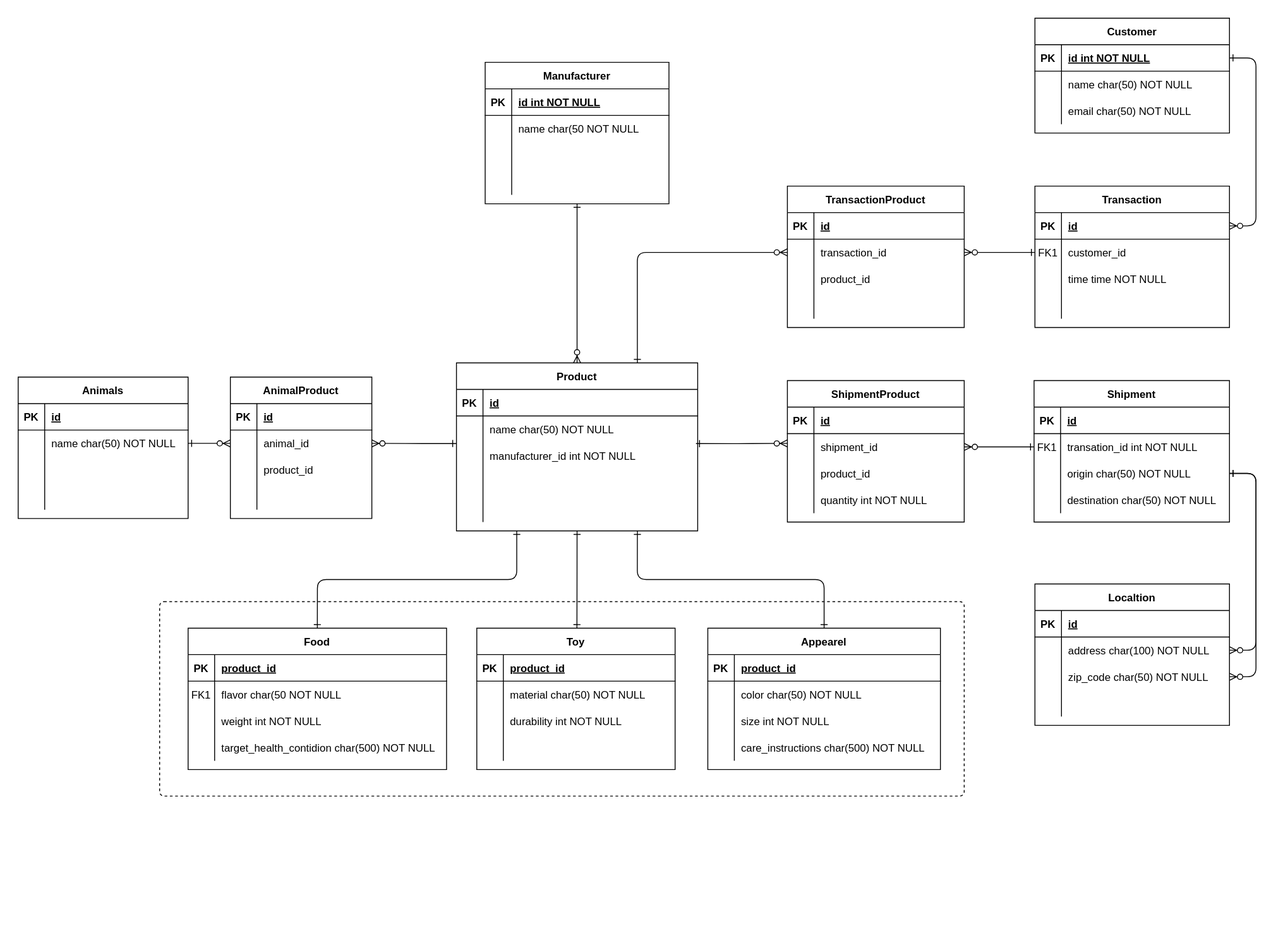
This is Task_3_RelationalDatabaseDesign.svg from huskyhehe/walmart-advanced-software-engineering, a draw.io export, as it was before one commit. Source tidied: cells renumbered, new cells last; positions are measured from the earlier drawing's top-left corner, leaving out a move shared by most shapes.
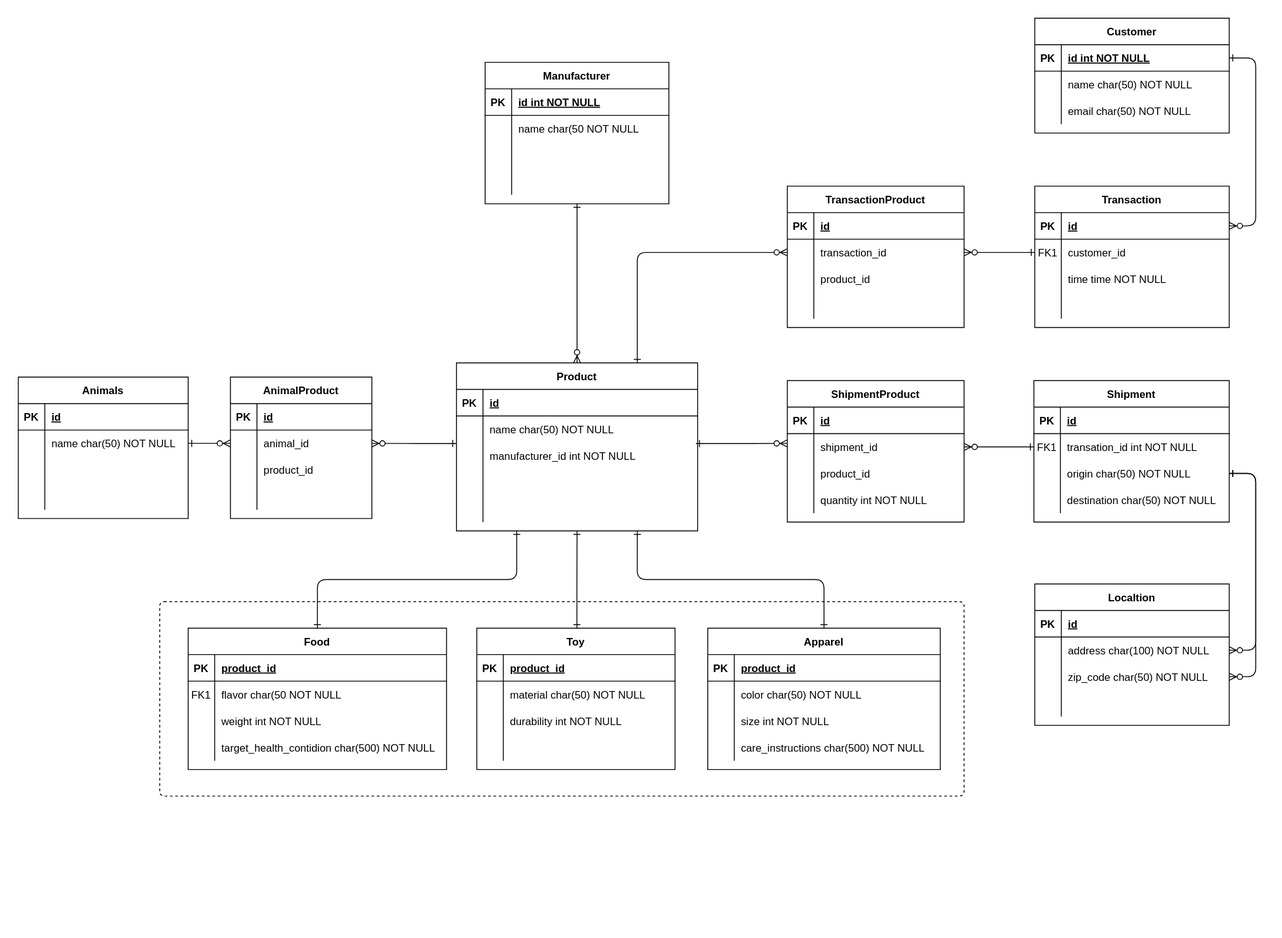
After the commit.

Commit message:
Add ERD for task3

Change to the diagram source:
```diff
@@ -314,7 +314,7 @@
     <mxCell id="105" style="shape=partialRectangle;fillColor=none;top=0;left=0;bottom=0;right=0;align=left;spacingLeft=6;overflow=hidden;" parent="103" vertex="1">
       <mxGeometry x="30" width="194.3" height="30" as="geometry" />
     </mxCell>
-    <mxCell id="106" value="Appearel" style="shape=table;startSize=30;rowLines=0;fontStyle=1;align=center;" parent="1" vertex="1">
+    <mxCell id="106" value="Apparel" style="shape=table;startSize=30;rowLines=0;fontStyle=1;align=center;" parent="1" vertex="1">
       <mxGeometry x="780" y="690" width="263.1" height="160" as="geometry" />
     </mxCell>
     <mxCell id="107" style="shape=partialRectangle;fillColor=none;top=0;left=0;right=0;bottom=1;" parent="106" vertex="1">
```
